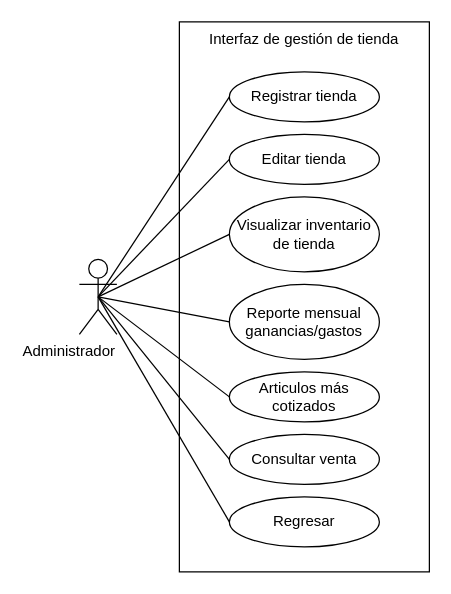
Above: gestion tienda.drawio in Ovills/analisis (draw.io), before the change. Source tidied: cells renumbered, new cells numbered last; positions are measured from the earlier drawing's top-left corner, leaving out a move shared by most shapes. Both pictures are drawn from the tidied source at 125%, with x=0, y=0 at pixel (79, 21).
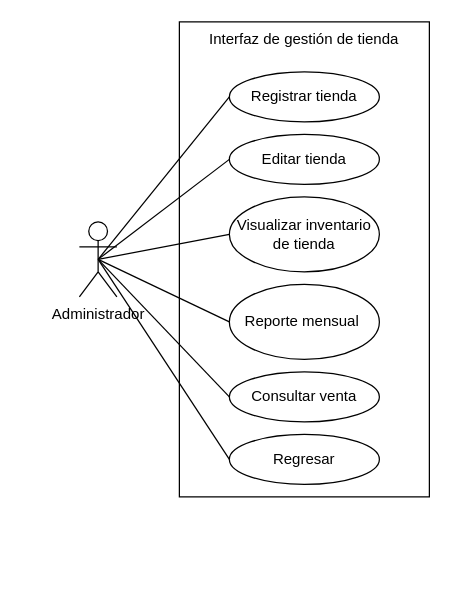
The same page after the edit.

Diff of the diagram source:
```diff
@@
 <mxGraphModel>
   <root>
     <mxCell id="0" />
     <mxCell id="1" parent="0" />
-    <mxCell id="2" value="Administrador" style="shape=umlActor;verticalLabelPosition=bottom;verticalAlign=top;html=1;outlineConnect=0;fillColor=none;align=right;" parent="1" vertex="1">
-      <mxGeometry y="190" width="30" height="60" as="geometry" />
+    <mxCell id="2" value="Administrador" style="shape=umlActor;verticalLabelPosition=bottom;verticalAlign=top;html=1;outlineConnect=0;fillColor=none;align=center;" parent="1" vertex="1">
+      <mxGeometry y="160" width="30" height="60" as="geometry" />
     </mxCell>
     <mxCell id="3" value="Interfaz de gestión de tienda" style="rounded=0;whiteSpace=wrap;html=1;fillColor=none;verticalAlign=top;" parent="1" vertex="1">
-      <mxGeometry x="80" width="200" height="440" as="geometry" />
+      <mxGeometry x="80" width="200" height="380" as="geometry" />
     </mxCell>
     <mxCell id="4" value="Editar tienda" style="ellipse;whiteSpace=wrap;html=1;fillColor=none;" parent="1" vertex="1">
       <mxGeometry x="120" y="90" width="120" height="40" as="geometry" />
     </mxCell>
     <mxCell id="5" value="Registrar tienda" style="ellipse;whiteSpace=wrap;html=1;fillColor=none;" parent="1" vertex="1">
       <mxGeometry x="120" y="40" width="120" height="40" as="geometry" />
     </mxCell>
     <mxCell id="6" value="Visualizar inventario de tienda" style="ellipse;whiteSpace=wrap;html=1;fillColor=none;verticalAlign=middle;" parent="1" vertex="1">
       <mxGeometry x="120" y="140" width="120" height="60" as="geometry" />
     </mxCell>
-    <mxCell id="7" value="Reporte mensual ganancias/gastos" style="ellipse;whiteSpace=wrap;html=1;fillColor=none;" parent="1" vertex="1">
+    <mxCell id="7" value="Reporte mensual&amp;nbsp;" style="ellipse;whiteSpace=wrap;html=1;fillColor=none;" parent="1" vertex="1">
       <mxGeometry x="120" y="210" width="120" height="60" as="geometry" />
     </mxCell>
-    <mxCell id="8" value="Articulos más cotizados" style="ellipse;whiteSpace=wrap;html=1;fillColor=none;" parent="1" vertex="1">
-      <mxGeometry x="120" y="280" width="120" height="40" as="geometry" />
-    </mxCell>
     <mxCell id="9" value="Consultar venta" style="ellipse;whiteSpace=wrap;html=1;fillColor=none;" parent="1" vertex="1">
-      <mxGeometry x="120" y="330" width="120" height="40" as="geometry" />
+      <mxGeometry x="120" y="280" width="120" height="40" as="geometry" />
     </mxCell>
     <mxCell id="10" value="Regresar" style="ellipse;whiteSpace=wrap;html=1;fillColor=none;" parent="1" vertex="1">
-      <mxGeometry x="120" y="380" width="120" height="40" as="geometry" />
+      <mxGeometry x="120" y="330" width="120" height="40" as="geometry" />
     </mxCell>
     <mxCell id="11" style="endArrow=none;html=1;rounded=0;exitX=0.5;exitY=0.5;exitDx=0;exitDy=0;exitPerimeter=0;entryX=0;entryY=0.5;entryDx=0;entryDy=0;" parent="1" edge="1" source="2" target="5">
       <mxGeometry relative="1" as="geometry" />
     </mxCell>
     <mxCell id="12" style="endArrow=none;html=1;rounded=0;exitX=0.5;exitY=0.5;exitDx=0;exitDy=0;exitPerimeter=0;entryX=0;entryY=0.5;entryDx=0;entryDy=0;" parent="1" edge="1" source="2" target="4">
       <mxGeometry relative="1" as="geometry" />
     </mxCell>
     <mxCell id="13" style="endArrow=none;html=1;rounded=0;exitX=0.5;exitY=0.5;exitDx=0;exitDy=0;exitPerimeter=0;entryX=0;entryY=0.5;entryDx=0;entryDy=0;" parent="1" edge="1" source="2" target="6">
       <mxGeometry relative="1" as="geometry" />
     </mxCell>
     <mxCell id="14" style="endArrow=none;html=1;rounded=0;exitX=0.5;exitY=0.5;exitDx=0;exitDy=0;exitPerimeter=0;entryX=0;entryY=0.5;entryDx=0;entryDy=0;" parent="1" edge="1" source="2" target="7">
       <mxGeometry relative="1" as="geometry" />
     </mxCell>
-    <mxCell id="15" style="endArrow=none;html=1;rounded=0;exitX=0.5;exitY=0.5;exitDx=0;exitDy=0;exitPerimeter=0;entryX=0;entryY=0.5;entryDx=0;entryDy=0;" parent="1" edge="1" source="2" target="8">
-      <mxGeometry relative="1" as="geometry" />
-    </mxCell>
     <mxCell id="16" style="endArrow=none;html=1;rounded=0;exitX=0.5;exitY=0.5;exitDx=0;exitDy=0;exitPerimeter=0;entryX=0;entryY=0.5;entryDx=0;entryDy=0;" parent="1" edge="1" source="2" target="9">
       <mxGeometry relative="1" as="geometry" />
     </mxCell>
     <mxCell id="17" style="endArrow=none;html=1;rounded=0;exitX=0.5;exitY=0.5;exitDx=0;exitDy=0;exitPerimeter=0;entryX=0;entryY=0.5;entryDx=0;entryDy=0;" parent="1" edge="1" source="2" target="10">
       <mxGeometry relative="1" as="geometry" />
     </mxCell>
   </root>
 </mxGraphModel>
```
